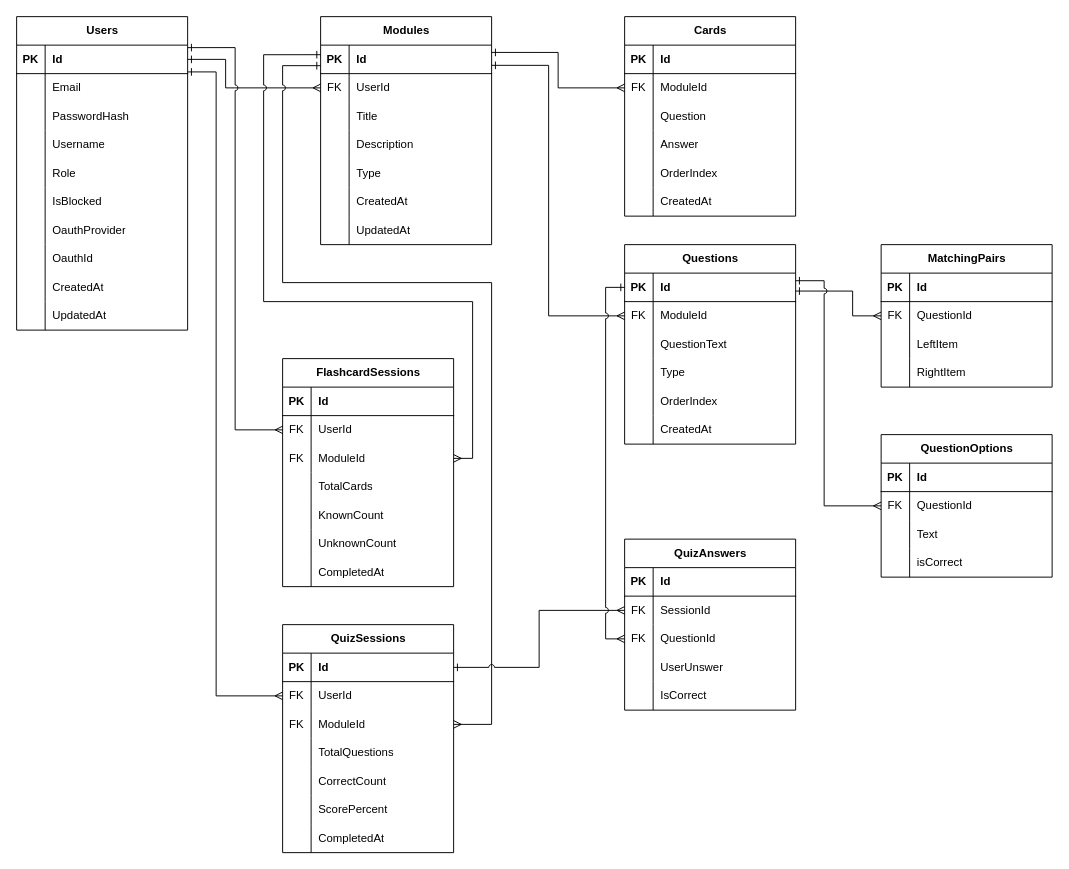
Above: docs/database.drawio in pavelo0/QuizoO (draw.io), before the change. Source tidied: cells renumbered, new cells numbered last; positions are measured from the earlier drawing's top-left corner, leaving out a move shared by most shapes. Both pictures are drawn from the tidied source at 95%, with x=0, y=0 at pixel (16, 16).
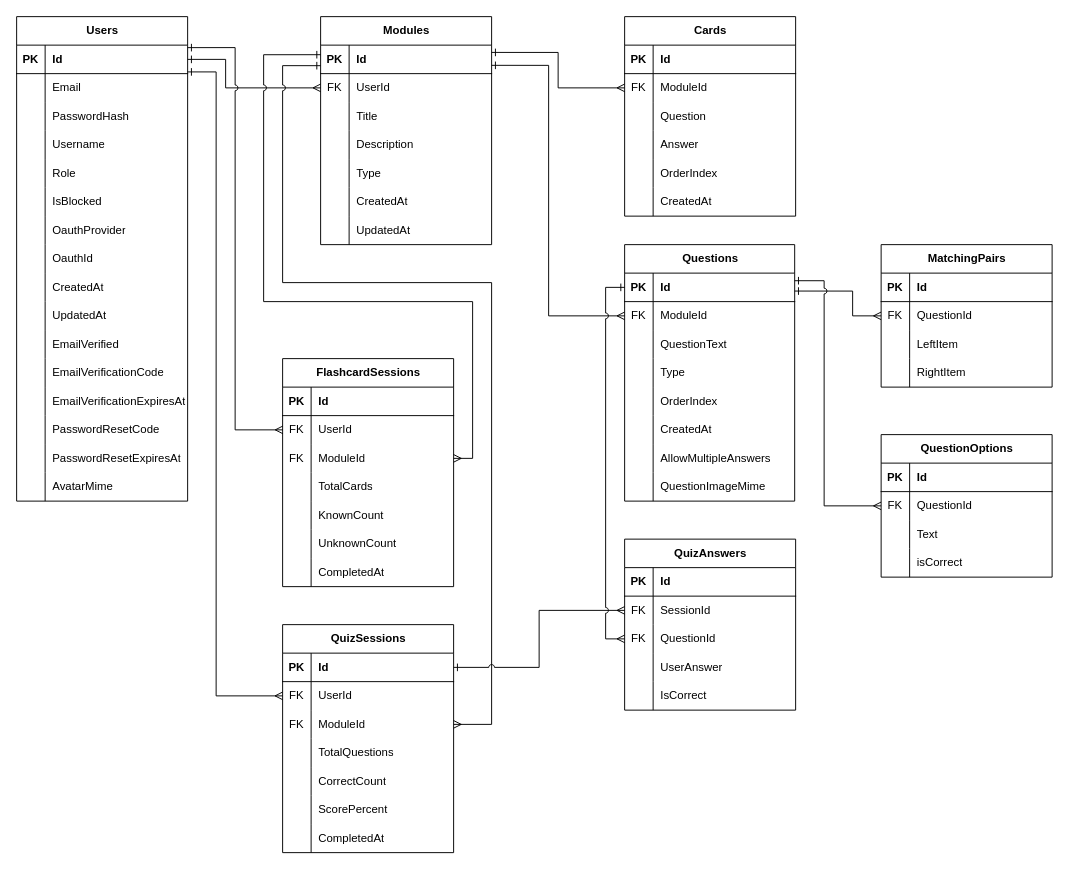
Above is the later version.

The change refers to these unchanged cells:
```xml
<mxCell id="142" style="shape=tableRow;horizontal=0;startSize=0;swimlaneHead=0;swimlaneBody=0;fillColor=none;top=0;left=0;right=0;bottom=0;" parent="132" vertex="1">
  <mxGeometry y="120" width="180" height="30" as="geometry" />
</mxCell>
```

Change to the diagram source:
```diff
@@
     <mxCell id="69" value="Questions" style="shape=table;startSize=30;childLayout=tableLayout;rowLines=0;fontStyle=1;align=center;html=1;" parent="1" vertex="1">
-      <mxGeometry x="640" y="240" width="180" height="210" as="geometry" />
+      <mxGeometry x="640" y="240" width="179" height="270" as="geometry" />
     </mxCell>
     <mxCell id="70" style="shape=tableRow;horizontal=0;startSize=0;swimlaneHead=0;swimlaneBody=0;fillColor=none;points=[[0,0.5],[1,0.5]];portConstraint=eastwest;top=0;left=0;right=0;bottom=1;" parent="69" vertex="1">
-      <mxGeometry y="30" width="180" height="30" as="geometry" />
+      <mxGeometry y="30" width="179" height="30" as="geometry" />
     </mxCell>
@@
     <mxCell id="72" value="Id" style="shape=partialRectangle;fillColor=none;top=0;left=0;bottom=0;right=0;align=left;spacingLeft=6;fontStyle=1;overflow=hidden;whiteSpace=wrap;html=1;" parent="70" vertex="1">
-      <mxGeometry x="30" width="150" height="30" as="geometry" />
+      <mxGeometry x="30" width="149" height="30" as="geometry" />
     </mxCell>
     <mxCell id="73" style="shape=tableRow;horizontal=0;startSize=0;swimlaneHead=0;swimlaneBody=0;fillColor=none;points=[[0,0.5],[1,0.5]];portConstraint=eastwest;top=0;left=0;right=0;bottom=0;" parent="69" vertex="1">
-      <mxGeometry y="60" width="180" height="30" as="geometry" />
+      <mxGeometry y="60" width="179" height="30" as="geometry" />
     </mxCell>
@@
     <mxCell id="75" value="ModuleId" style="shape=partialRectangle;fillColor=none;top=0;left=0;bottom=0;right=0;align=left;spacingLeft=6;overflow=hidden;whiteSpace=wrap;html=1;" parent="73" vertex="1">
-      <mxGeometry x="30" width="150" height="30" as="geometry" />
+      <mxGeometry x="30" width="149" height="30" as="geometry" />
     </mxCell>
     <mxCell id="76" style="shape=tableRow;horizontal=0;startSize=0;swimlaneHead=0;swimlaneBody=0;fillColor=none;top=0;left=0;right=0;bottom=0;" parent="69" vertex="1">
-      <mxGeometry y="90" width="180" height="30" as="geometry" />
+      <mxGeometry y="90" width="179" height="30" as="geometry" />
     </mxCell>
@@
     <mxCell id="78" value="QuestionText" style="shape=partialRectangle;fillColor=none;top=0;left=0;bottom=0;right=0;align=left;spacingLeft=6;overflow=hidden;whiteSpace=wrap;html=1;" parent="76" vertex="1">
-      <mxGeometry x="30" width="150" height="30" as="geometry" />
+      <mxGeometry x="30" width="149" height="30" as="geometry" />
     </mxCell>
     <mxCell id="79" style="shape=tableRow;horizontal=0;startSize=0;swimlaneHead=0;swimlaneBody=0;fillColor=none;top=0;left=0;right=0;bottom=0;" parent="69" vertex="1">
-      <mxGeometry y="120" width="180" height="30" as="geometry" />
+      <mxGeometry y="120" width="179" height="30" as="geometry" />
     </mxCell>
@@
     <mxCell id="81" value="Type" style="shape=partialRectangle;fillColor=none;top=0;left=0;bottom=0;right=0;align=left;spacingLeft=6;overflow=hidden;whiteSpace=wrap;html=1;" parent="79" vertex="1">
-      <mxGeometry x="30" width="150" height="30" as="geometry" />
+      <mxGeometry x="30" width="149" height="30" as="geometry" />
     </mxCell>
     <mxCell id="82" style="shape=tableRow;horizontal=0;startSize=0;swimlaneHead=0;swimlaneBody=0;fillColor=none;top=0;left=0;right=0;bottom=0;" parent="69" vertex="1">
-      <mxGeometry y="150" width="180" height="30" as="geometry" />
+      <mxGeometry y="150" width="179" height="30" as="geometry" />
     </mxCell>
@@
     <mxCell id="84" value="OrderIndex" style="shape=partialRectangle;fillColor=none;top=0;left=0;bottom=0;right=0;align=left;spacingLeft=6;overflow=hidden;whiteSpace=wrap;html=1;" parent="82" vertex="1">
-      <mxGeometry x="30" width="150" height="30" as="geometry" />
+      <mxGeometry x="30" width="149" height="30" as="geometry" />
     </mxCell>
     <mxCell id="85" style="shape=tableRow;horizontal=0;startSize=0;swimlaneHead=0;swimlaneBody=0;fillColor=none;top=0;left=0;right=0;bottom=0;" parent="69" vertex="1">
-      <mxGeometry y="180" width="180" height="30" as="geometry" />
+      <mxGeometry y="180" width="179" height="30" as="geometry" />
     </mxCell>
@@
     <mxCell id="87" value="CreatedAt" style="shape=partialRectangle;fillColor=none;top=0;left=0;bottom=0;right=0;align=left;spacingLeft=6;overflow=hidden;whiteSpace=wrap;html=1;" parent="85" vertex="1">
-      <mxGeometry x="30" width="150" height="30" as="geometry" />
+      <mxGeometry x="30" width="149" height="30" as="geometry" />
     </mxCell>
+    <mxCell id="190" style="shape=tableRow;horizontal=0;startSize=0;swimlaneHead=0;swimlaneBody=0;fillColor=none;top=0;left=0;right=0;bottom=0;" parent="69" vertex="1">
+      <mxGeometry y="210" width="179" height="30" as="geometry" />
+    </mxCell>
+    <mxCell id="191" style="shape=partialRectangle;fillColor=none;top=0;left=0;bottom=0;right=0;overflow=hidden;whiteSpace=wrap;html=1;" parent="190" vertex="1">
+      <mxGeometry width="30" height="30" as="geometry" />
+    </mxCell>
+    <mxCell id="192" value="AllowMultipleAnswers" style="shape=partialRectangle;fillColor=none;top=0;left=0;bottom=0;right=0;align=left;spacingLeft=6;overflow=hidden;whiteSpace=wrap;html=1;" parent="190" vertex="1">
+      <mxGeometry x="30" width="149" height="30" as="geometry" />
+    </mxCell>
+    <mxCell id="193" style="shape=tableRow;horizontal=0;startSize=0;swimlaneHead=0;swimlaneBody=0;fillColor=none;top=0;left=0;right=0;bottom=0;" parent="69" vertex="1">
+      <mxGeometry y="240" width="179" height="30" as="geometry" />
+    </mxCell>
+    <mxCell id="194" style="shape=partialRectangle;fillColor=none;top=0;left=0;bottom=0;right=0;overflow=hidden;whiteSpace=wrap;html=1;" parent="193" vertex="1">
+      <mxGeometry width="30" height="30" as="geometry" />
+    </mxCell>
+    <mxCell id="195" value="QuestionImageMime" style="shape=partialRectangle;fillColor=none;top=0;left=0;bottom=0;right=0;align=left;spacingLeft=6;overflow=hidden;whiteSpace=wrap;html=1;" parent="193" vertex="1">
+      <mxGeometry x="30" width="149" height="30" as="geometry" />
+    </mxCell>
@@
-    <mxCell id="144" value="UserUnswer" style="shape=partialRectangle;fillColor=none;top=0;left=0;bottom=0;right=0;align=left;spacingLeft=6;overflow=hidden;whiteSpace=wrap;html=1;" parent="142" vertex="1">
+    <mxCell id="144" value="UserAnswer" style="shape=partialRectangle;fillColor=none;top=0;left=0;bottom=0;right=0;align=left;spacingLeft=6;overflow=hidden;whiteSpace=wrap;html=1;" parent="142" vertex="1">
       <mxGeometry x="30" width="150" height="30" as="geometry" />
     </mxCell>
@@
     <mxCell id="148" value="Users" style="shape=table;startSize=30;childLayout=tableLayout;rowLines=0;fontStyle=1;align=center;html=1;" parent="1" vertex="1">
-      <mxGeometry width="180" height="330" as="geometry" />
+      <mxGeometry width="180" height="510" as="geometry" />
     </mxCell>
@@
+    <mxCell id="196" style="shape=tableRow;horizontal=0;startSize=0;swimlaneHead=0;swimlaneBody=0;fillColor=none;top=0;left=0;right=0;bottom=0;" parent="148" vertex="1">
+      <mxGeometry y="330" width="180" height="30" as="geometry" />
+    </mxCell>
+    <mxCell id="197" style="shape=partialRectangle;fillColor=none;top=0;left=0;bottom=0;right=0;overflow=hidden;whiteSpace=wrap;html=1;" parent="196" vertex="1">
+      <mxGeometry width="30" height="30" as="geometry" />
+    </mxCell>
+    <mxCell id="198" value="E&lt;span style=&quot;background-color: transparent; color: light-dark(rgb(0, 0, 0), rgb(255, 255, 255));&quot;&gt;mailVerified&lt;/span&gt;" style="shape=partialRectangle;fillColor=none;top=0;left=0;bottom=0;right=0;align=left;spacingLeft=6;overflow=hidden;whiteSpace=wrap;html=1;" parent="196" vertex="1">
+      <mxGeometry x="30" width="150" height="30" as="geometry" />
+    </mxCell>
+    <mxCell id="199" style="shape=tableRow;horizontal=0;startSize=0;swimlaneHead=0;swimlaneBody=0;fillColor=none;top=0;left=0;right=0;bottom=0;" parent="148" vertex="1">
+      <mxGeometry y="360" width="180" height="30" as="geometry" />
+    </mxCell>
+    <mxCell id="200" style="shape=partialRectangle;fillColor=none;top=0;left=0;bottom=0;right=0;overflow=hidden;whiteSpace=wrap;html=1;" parent="199" vertex="1">
+      <mxGeometry width="30" height="30" as="geometry" />
+    </mxCell>
+    <mxCell id="201" value="EmailVerificationCode" style="shape=partialRectangle;fillColor=none;top=0;left=0;bottom=0;right=0;align=left;spacingLeft=6;overflow=hidden;whiteSpace=wrap;html=1;" parent="199" vertex="1">
+      <mxGeometry x="30" width="150" height="30" as="geometry" />
+    </mxCell>
+    <mxCell id="202" style="shape=tableRow;horizontal=0;startSize=0;swimlaneHead=0;swimlaneBody=0;fillColor=none;top=0;left=0;right=0;bottom=0;" parent="148" vertex="1">
+      <mxGeometry y="390" width="180" height="30" as="geometry" />
+    </mxCell>
+    <mxCell id="203" style="shape=partialRectangle;fillColor=none;top=0;left=0;bottom=0;right=0;overflow=hidden;whiteSpace=wrap;html=1;" parent="202" vertex="1">
+      <mxGeometry width="30" height="30" as="geometry" />
+    </mxCell>
+    <mxCell id="204" value="EmailVerificationExpiresAt" style="shape=partialRectangle;fillColor=none;top=0;left=0;bottom=0;right=0;align=left;spacingLeft=6;overflow=hidden;whiteSpace=wrap;html=1;" parent="202" vertex="1">
+      <mxGeometry x="30" width="150" height="30" as="geometry" />
+    </mxCell>
+    <mxCell id="205" style="shape=tableRow;horizontal=0;startSize=0;swimlaneHead=0;swimlaneBody=0;fillColor=none;top=0;left=0;right=0;bottom=0;" parent="148" vertex="1">
+      <mxGeometry y="420" width="180" height="30" as="geometry" />
+    </mxCell>
+    <mxCell id="206" style="shape=partialRectangle;fillColor=none;top=0;left=0;bottom=0;right=0;overflow=hidden;whiteSpace=wrap;html=1;" parent="205" vertex="1">
+      <mxGeometry width="30" height="30" as="geometry" />
+    </mxCell>
+    <mxCell id="207" value="PasswordResetCode" style="shape=partialRectangle;fillColor=none;top=0;left=0;bottom=0;right=0;align=left;spacingLeft=6;overflow=hidden;whiteSpace=wrap;html=1;" parent="205" vertex="1">
+      <mxGeometry x="30" width="150" height="30" as="geometry" />
+    </mxCell>
+    <mxCell id="208" style="shape=tableRow;horizontal=0;startSize=0;swimlaneHead=0;swimlaneBody=0;fillColor=none;top=0;left=0;right=0;bottom=0;" parent="148" vertex="1">
+      <mxGeometry y="450" width="180" height="30" as="geometry" />
+    </mxCell>
+    <mxCell id="209" style="shape=partialRectangle;fillColor=none;top=0;left=0;bottom=0;right=0;overflow=hidden;whiteSpace=wrap;html=1;" parent="208" vertex="1">
+      <mxGeometry width="30" height="30" as="geometry" />
+    </mxCell>
+    <mxCell id="210" value="PasswordResetExpiresAt" style="shape=partialRectangle;fillColor=none;top=0;left=0;bottom=0;right=0;align=left;spacingLeft=6;overflow=hidden;whiteSpace=wrap;html=1;" parent="208" vertex="1">
+      <mxGeometry x="30" width="150" height="30" as="geometry" />
+    </mxCell>
+    <mxCell id="211" style="shape=tableRow;horizontal=0;startSize=0;swimlaneHead=0;swimlaneBody=0;fillColor=none;top=0;left=0;right=0;bottom=0;" parent="148" vertex="1">
+      <mxGeometry y="480" width="180" height="30" as="geometry" />
+    </mxCell>
+    <mxCell id="212" style="shape=partialRectangle;fillColor=none;top=0;left=0;bottom=0;right=0;overflow=hidden;whiteSpace=wrap;html=1;" parent="211" vertex="1">
+      <mxGeometry width="30" height="30" as="geometry" />
+    </mxCell>
+    <mxCell id="213" value="AvatarMime" style="shape=partialRectangle;fillColor=none;top=0;left=0;bottom=0;right=0;align=left;spacingLeft=6;overflow=hidden;whiteSpace=wrap;html=1;" parent="211" vertex="1">
+      <mxGeometry x="30" width="150" height="30" as="geometry" />
+    </mxCell>
```
